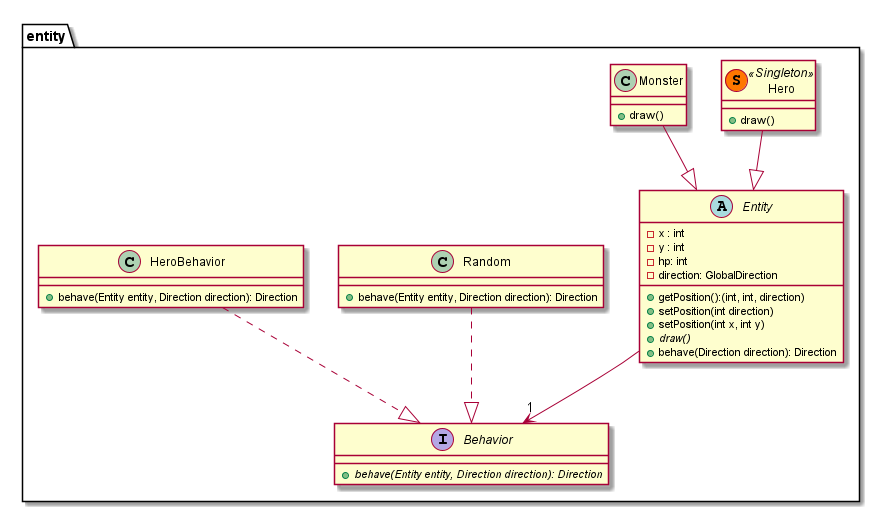
Before: doc/first_sprint/diagrams/class/character.png, a diagram exported from PlantUML (Reynault/ACL_2019_Zelpop).
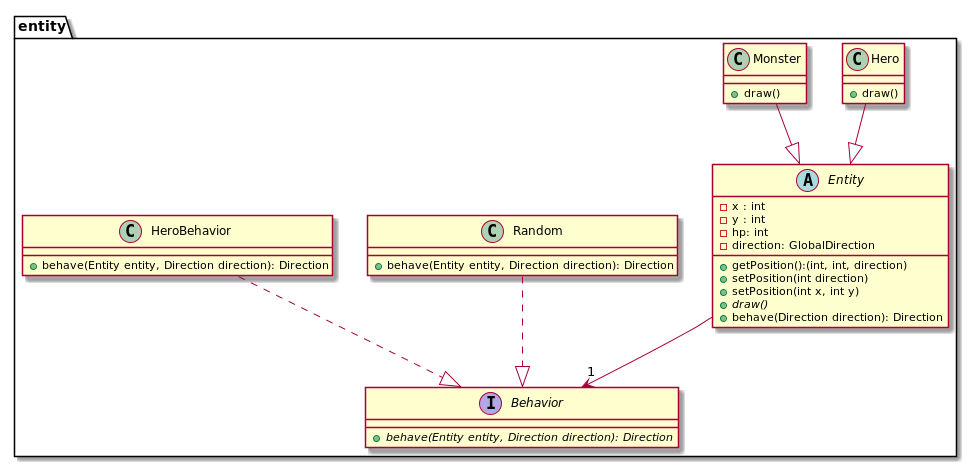
After the change.

Change to the diagram source:
```diff
@@ -14,7 +14,7 @@
         + behave(Direction direction): Direction
     }
 
-    class Hero << (S,#FF7700) Singleton >>{
+    class Hero {
         + draw()
     }
 
```
